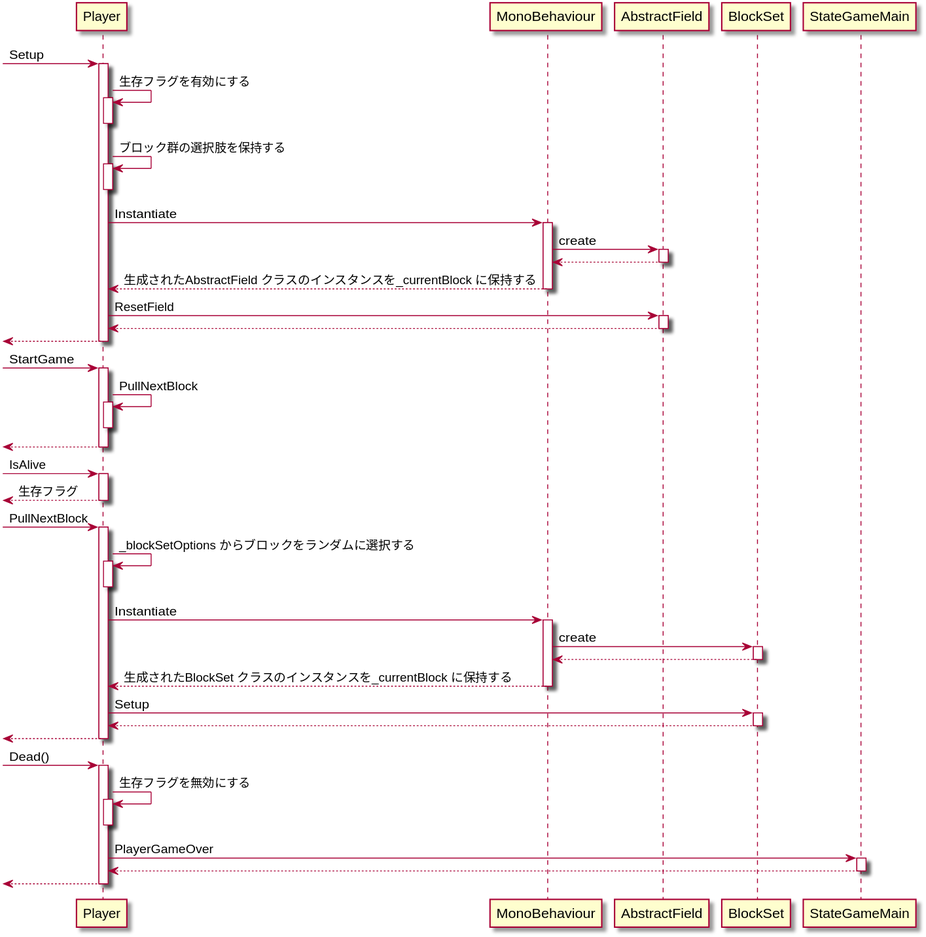
The PlantUML diagram plant_uml/SQD_Player.svg in azarashin/UnityTetris, before a commit. Source of this version:
```plantuml
@startuml

[-> Player : Setup
activate Player
    Player -> Player : 生存フラグを有効にする
    activate Player
    deactivate Player
    Player -> Player : ブロック群の選択肢を保持する
    activate Player
    deactivate Player
    Player -> MonoBehaviour : Instantiate
    activate MonoBehaviour
        MonoBehaviour -> AbstractField : create
        activate AbstractField
            MonoBehaviour <-- AbstractField
        deactivate AbstractField
        Player <-- MonoBehaviour : 生成されたAbstractField クラスのインスタンスを_currentBlock に保持する
    deactivate MonoBehaviour
    Player -> AbstractField : ResetField
    activate AbstractField
        Player <-- AbstractField
    deactivate AbstractField
    [<-- Player
deactivate Player

[-> Player : StartGame
activate Player
    Player -> Player : PullNextBlock
    activate Player
    deactivate Player
    [<-- Player
deactivate Player

[-> Player : IsAlive
activate Player
    [<-- Player : 生存フラグ
deactivate Player


[-> Player : PullNextBlock
activate Player
    Player -> Player : _blockSetOptions からブロックをランダムに選択する
    activate Player
    deactivate Player
    Player -> MonoBehaviour : Instantiate
    activate MonoBehaviour
        MonoBehaviour -> BlockSet : create
        activate BlockSet
            MonoBehaviour <-- BlockSet
        deactivate BlockSet
        Player <-- MonoBehaviour : 生成されたBlockSet クラスのインスタンスを_currentBlock に保持する
    deactivate MonoBehaviour
    Player -> BlockSet : Setup
    activate BlockSet
        Player <-- BlockSet
    deactivate BlockSet
    [<-- Player
deactivate Player

[-> Player : Dead()
activate Player
    Player -> Player : 生存フラグを無効にする
    activate Player
    deactivate Player
    Player -> StateGameMain : PlayerGameOver
    activate StateGameMain
        Player <-- StateGameMain
    deactivate StateGameMain
    [<-- Player
deactivate Player


@enduml
```
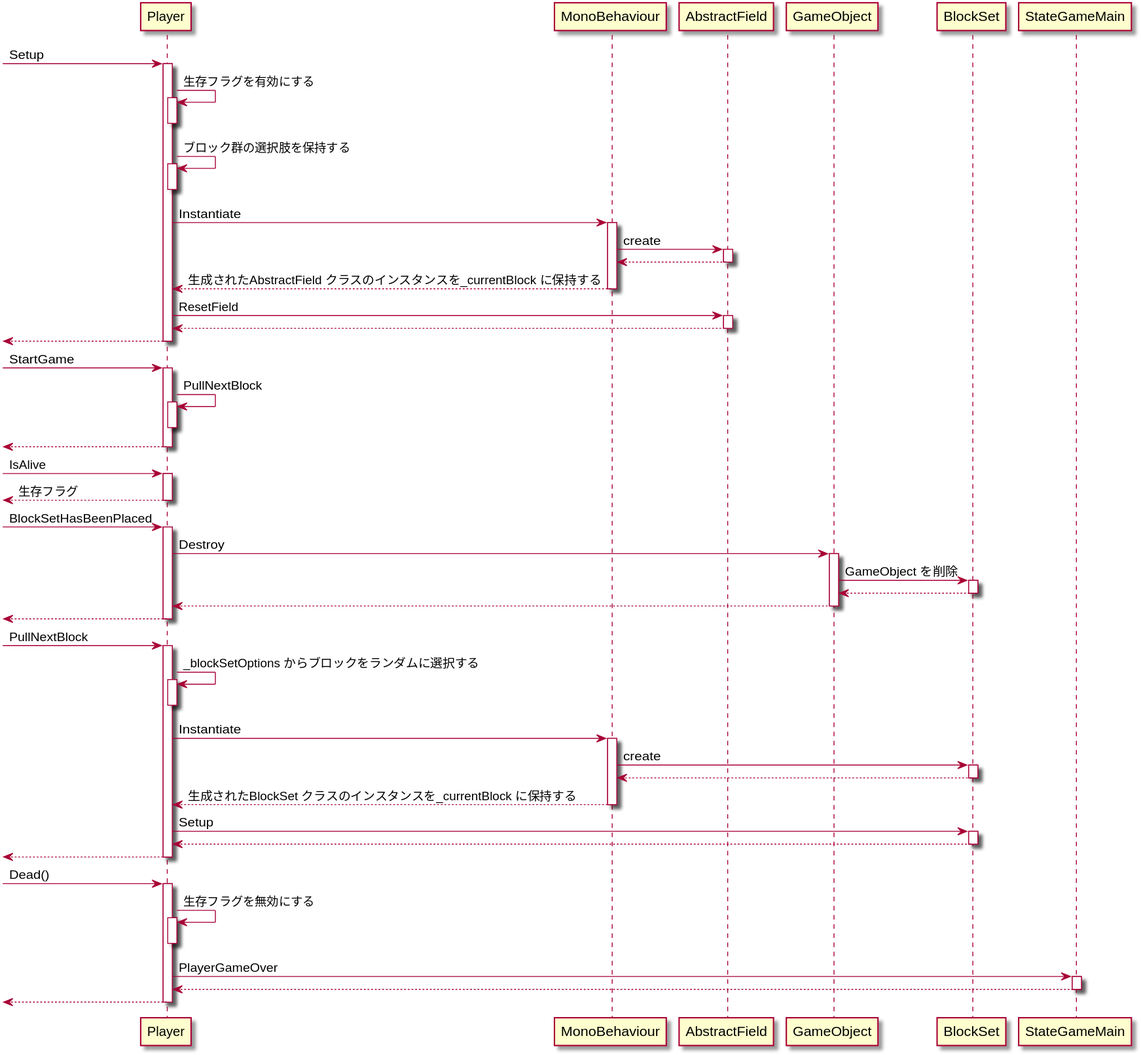
The same diagram one commit later.

Change to the diagram source:
```diff
@@ -36,6 +36,18 @@
     [<-- Player : 生存フラグ
 deactivate Player
 
+[-> Player : BlockSetHasBeenPlaced
+activate Player
+    Player -> GameObject : Destroy
+    activate GameObject
+        GameObject -> BlockSet : GameObject を削除
+        activate BlockSet
+            GameObject <-- BlockSet
+        deactivate BlockSet
+        Player <-- GameObject
+    deactivate GameObject
+    [<-- Player
+deactivate Player
 
 [-> Player : PullNextBlock
 activate Player
```
